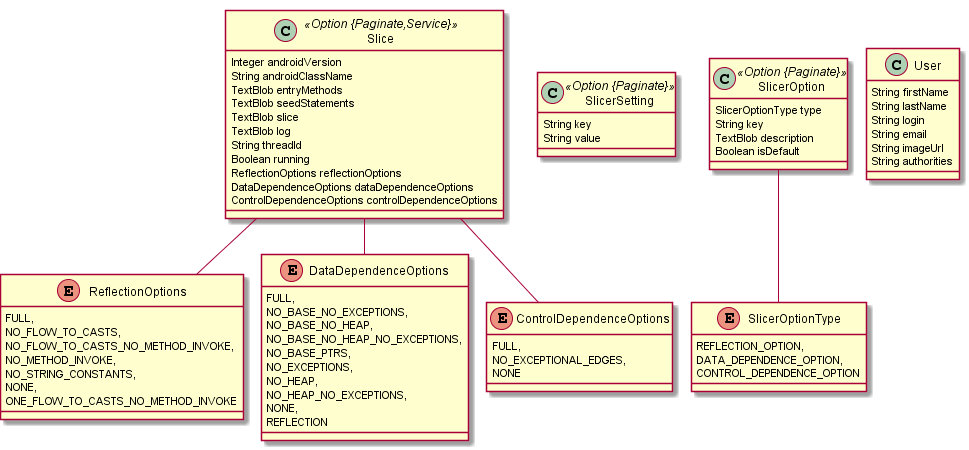
This is AndroidSlicer.png from BitFlipp3r/AndroidSlicer, a PlantUML export, as it was before one commit.
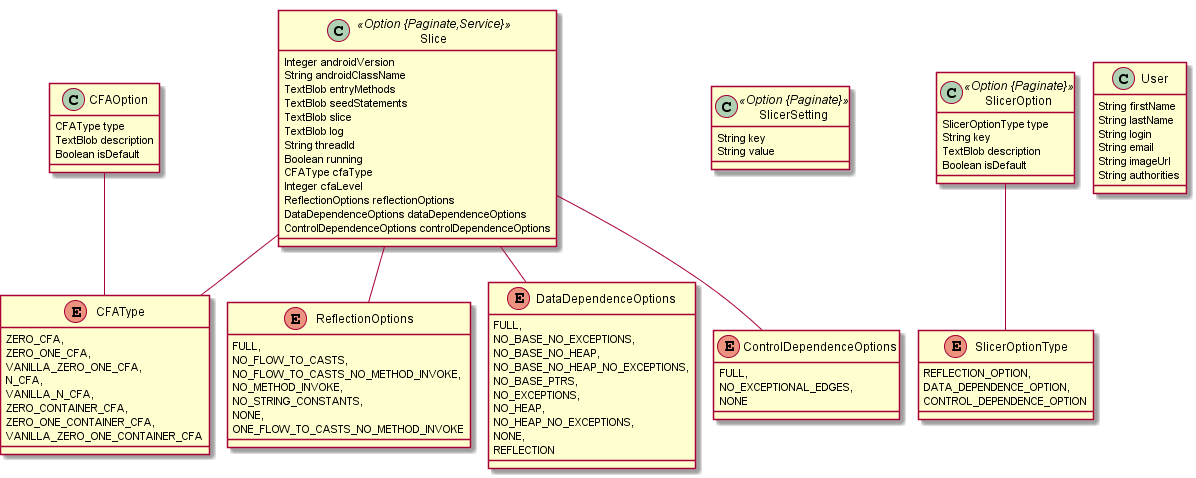
After the change.

Change to the diagram source:
```diff
@@ -10,16 +10,35 @@
 		TextBlob log
 		String threadId
 		Boolean running
+		CFAType cfaType
+		Integer cfaLevel
 		ReflectionOptions reflectionOptions
 		DataDependenceOptions dataDependenceOptions
 		ControlDependenceOptions controlDependenceOptions
 	}
+	Slice ..> CFAType
 	Slice ..> ReflectionOptions
 	Slice ..> DataDependenceOptions
 	Slice ..> ControlDependenceOptions
 	class SlicerSetting <<Option {Paginate}>> {
 		String key
 		String value
+	}
+	class CFAOption  {
+		CFAType type
+		TextBlob description
+		Boolean isDefault
+	}
+	CFAOption ..> CFAType
+	enum CFAType {
+		ZERO_CFA,
+		ZERO_ONE_CFA,
+		VANILLA_ZERO_ONE_CFA,
+		N_CFA,
+		VANILLA_N_CFA,
+		ZERO_CONTAINER_CFA,
+		ZERO_ONE_CONTAINER_CFA,
+		VANILLA_ZERO_ONE_CONTAINER_CFA
 	}
 	class SlicerOption <<Option {Paginate}>> {
 		SlicerOptionType type
```
